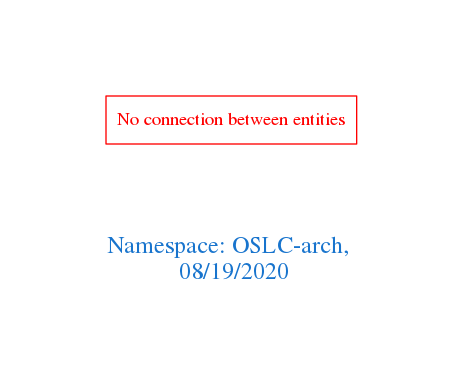
Above: downloads/OSLC-arch.png in arago/OGIT (Graphviz), before the change. Its source is kept beside it as downloads/OSLC-arch.dot.
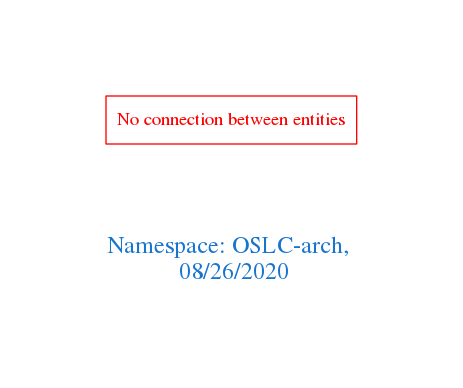
After the commit.

Change to the diagram source:
```diff
@@ -1,7 +1,7 @@
 digraph OGIT_ontology {
  graph [ rankdir= LR,pad=1
 fontsize = 18,
-fontcolor= dodgerblue3,label = "\n\n\nNamespace: OSLC-arch, \n 08/19/2020"];
+fontcolor= dodgerblue3,label = "\n\n\nNamespace: OSLC-arch, \n 08/26/2020"];
 node[shape=polygon];
 edge [  color="gray81"];
 
```
